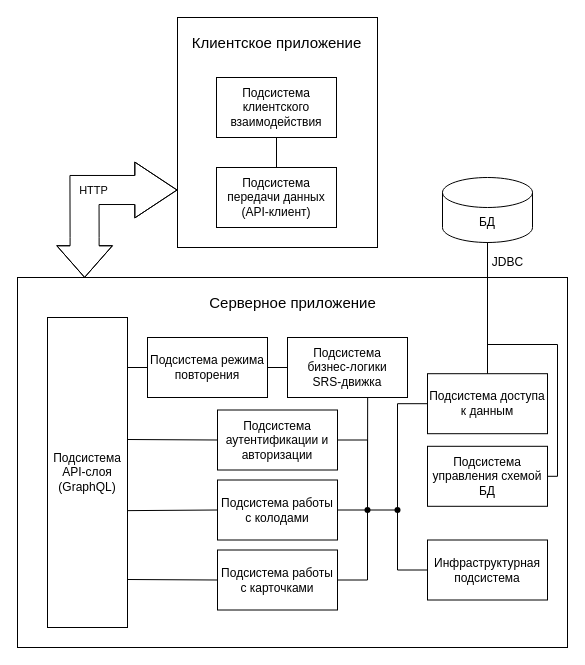
Above: диаграммы/Структурная диаграмма.drawio in darik-cell/diplom (draw.io), before the change. Source tidied: cells renumbered, new cells numbered last; positions are measured from the earlier drawing's top-left corner, leaving out a move shared by most shapes. Both pictures are drawn from the tidied source at 100%, with x=0, y=0 at pixel (17, 17).
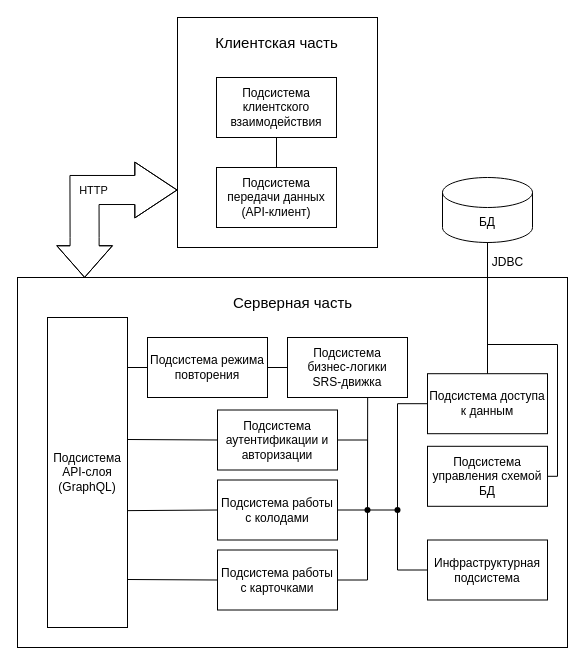
After the change.

Diff of the diagram source:
```diff
@@
-    <mxCell id="3" value="&lt;font style=&quot;font-size: 15px;&quot;&gt;Клиентское приложение&lt;/font&gt;" style="text;html=1;align=center;verticalAlign=middle;strokeColor=none;fillColor=none;" parent="1" vertex="1">
-      <mxGeometry x="164" y="10" width="190" height="30" as="geometry" />
+    <mxCell id="3" value="&lt;font style=&quot;font-size: 15px;&quot;&gt;Клиентская часть&lt;/font&gt;" style="text;html=1;align=center;verticalAlign=middle;strokeColor=none;fillColor=none;" parent="1" vertex="1">
+      <mxGeometry x="184" y="10" width="150" height="30" as="geometry" />
     </mxCell>
@@
-    <mxCell id="31" value="&lt;font style=&quot;font-size: 15px;&quot;&gt;Серверное приложение&lt;/font&gt;" style="text;html=1;align=center;verticalAlign=middle;strokeColor=none;fillColor=none;" parent="1" vertex="1">
-      <mxGeometry x="180" y="270" width="190" height="30" as="geometry" />
+    <mxCell id="31" value="&lt;font style=&quot;font-size: 15px;&quot;&gt;Серверная часть&lt;/font&gt;" style="text;html=1;align=center;verticalAlign=middle;strokeColor=none;fillColor=none;" parent="1" vertex="1">
+      <mxGeometry x="205" y="270" width="140" height="30" as="geometry" />
     </mxCell>
```
